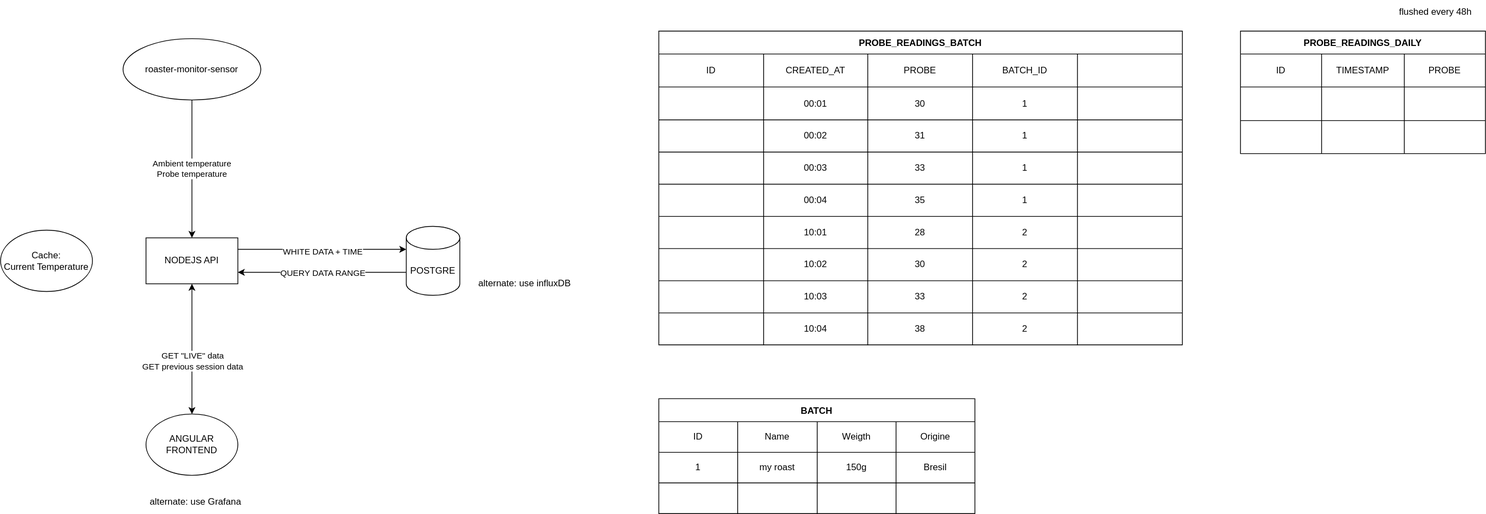
Earlier version of the draw.io export structure.drawio.svg (SuperJSBros/roaster-monitor-api). Source tidied: cells renumbered, new cells last; positions are measured from the earlier drawing's top-left corner, leaving out a move shared by most shapes.
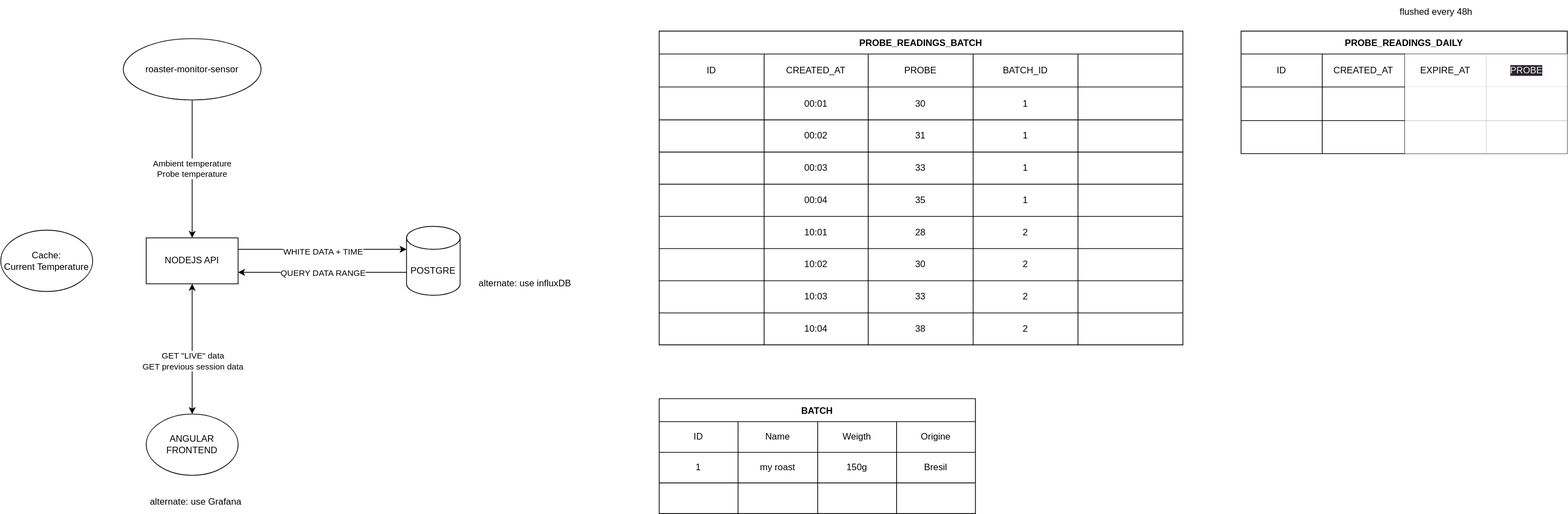
Later version of the same file.

Commit message:
feat: issues #3, #5, add 48h TTL for daily probes

Diff of the diagram source:
```diff
@@ -264,22 +264,25 @@
       <mxGeometry y="300" width="120" height="80" as="geometry" />
     </mxCell>
     <mxCell id="87" value="PROBE_READINGS_DAILY" style="shape=table;startSize=30;fontStyle=1;align=center;" parent="1" vertex="1">
-      <mxGeometry x="1620" y="40" width="320" height="160" as="geometry" />
+      <mxGeometry x="1620" y="40" width="426" height="160" as="geometry" />
     </mxCell>
     <mxCell id="88" style="shape=tableRow;horizontal=0;startSize=0;swimlaneHead=0;swimlaneBody=0;top=0;left=0;bottom=0;right=0;fillColor=none;" parent="87" vertex="1">
-      <mxGeometry y="30" width="320" height="43" as="geometry" />
+      <mxGeometry y="30" width="426" height="43" as="geometry" />
     </mxCell>
     <mxCell id="89" value="ID" style="shape=partialRectangle;html=1;whiteSpace=wrap;fillColor=none;top=0;left=0;bottom=0;right=0;overflow=hidden;" parent="88" vertex="1">
       <mxGeometry width="106" height="43" as="geometry" />
     </mxCell>
-    <mxCell id="90" value="TIMESTAMP" style="shape=partialRectangle;html=1;whiteSpace=wrap;fillColor=none;top=0;left=0;bottom=0;right=0;overflow=hidden;" parent="88" vertex="1">
+    <mxCell id="90" value="CREATED_AT" style="shape=partialRectangle;html=1;whiteSpace=wrap;fillColor=none;top=0;left=0;bottom=0;right=0;overflow=hidden;" parent="88" vertex="1">
       <mxGeometry x="106" width="108" height="43" as="geometry" />
     </mxCell>
-    <mxCell id="91" value="PROBE" style="shape=partialRectangle;html=1;whiteSpace=wrap;fillColor=none;top=0;left=0;bottom=0;right=0;overflow=hidden;" parent="88" vertex="1">
+    <mxCell id="91" value="EXPIRE_AT" style="shape=partialRectangle;html=1;whiteSpace=wrap;fillColor=default;top=0;left=0;bottom=0;right=0;overflow=hidden;" parent="88" vertex="1">
       <mxGeometry x="214" width="106" height="43" as="geometry" />
     </mxCell>
+    <mxCell id="101" value="&lt;meta charset=&quot;utf-8&quot;&gt;&lt;span style=&quot;color: rgb(240, 240, 240); font-family: Helvetica; font-size: 12px; font-style: normal; font-variant-ligatures: normal; font-variant-caps: normal; font-weight: 400; letter-spacing: normal; orphans: 2; text-align: center; text-indent: 0px; text-transform: none; widows: 2; word-spacing: 0px; -webkit-text-stroke-width: 0px; background-color: rgb(42, 37, 47); text-decoration-thickness: initial; text-decoration-style: initial; text-decoration-color: initial; float: none; display: inline !important;&quot;&gt;PROBE&lt;/span&gt;" style="shape=partialRectangle;html=1;whiteSpace=wrap;fillColor=default;top=0;left=0;bottom=0;right=0;overflow=hidden;" parent="88" vertex="1">
+      <mxGeometry x="320" width="106" height="43" as="geometry" />
+    </mxCell>
     <mxCell id="92" style="shape=tableRow;horizontal=0;startSize=0;swimlaneHead=0;swimlaneBody=0;top=0;left=0;bottom=0;right=0;fillColor=none;" parent="87" vertex="1">
-      <mxGeometry y="73" width="320" height="44" as="geometry" />
+      <mxGeometry y="73" width="426" height="44" as="geometry" />
     </mxCell>
     <mxCell id="93" style="shape=partialRectangle;html=1;whiteSpace=wrap;fillColor=none;top=0;left=0;bottom=0;right=0;overflow=hidden;" parent="92" vertex="1">
       <mxGeometry width="106" height="44" as="geometry" />
@@ -287,11 +290,14 @@
     <mxCell id="94" style="shape=partialRectangle;html=1;whiteSpace=wrap;fillColor=none;top=0;left=0;bottom=0;right=0;overflow=hidden;" parent="92" vertex="1">
       <mxGeometry x="106" width="108" height="44" as="geometry" />
     </mxCell>
-    <mxCell id="95" style="shape=partialRectangle;html=1;whiteSpace=wrap;fillColor=none;top=0;left=0;bottom=0;right=0;overflow=hidden;" parent="92" vertex="1">
+    <mxCell id="95" style="shape=partialRectangle;html=1;whiteSpace=wrap;fillColor=default;top=0;left=0;bottom=0;right=0;overflow=hidden;" parent="92" vertex="1">
       <mxGeometry x="214" width="106" height="44" as="geometry" />
     </mxCell>
+    <mxCell id="102" style="shape=partialRectangle;html=1;whiteSpace=wrap;fillColor=default;top=0;left=0;bottom=0;right=0;overflow=hidden;" parent="92" vertex="1">
+      <mxGeometry x="320" width="106" height="44" as="geometry" />
+    </mxCell>
     <mxCell id="96" style="shape=tableRow;horizontal=0;startSize=0;swimlaneHead=0;swimlaneBody=0;top=0;left=0;bottom=0;right=0;fillColor=none;" parent="87" vertex="1">
-      <mxGeometry y="117" width="320" height="43" as="geometry" />
+      <mxGeometry y="117" width="426" height="43" as="geometry" />
     </mxCell>
     <mxCell id="97" style="shape=partialRectangle;html=1;whiteSpace=wrap;fillColor=none;top=0;left=0;bottom=0;right=0;overflow=hidden;" parent="96" vertex="1">
       <mxGeometry width="106" height="43" as="geometry" />
@@ -299,9 +305,12 @@
     <mxCell id="98" style="shape=partialRectangle;html=1;whiteSpace=wrap;fillColor=none;top=0;left=0;bottom=0;right=0;overflow=hidden;" parent="96" vertex="1">
       <mxGeometry x="106" width="108" height="43" as="geometry" />
     </mxCell>
-    <mxCell id="99" style="shape=partialRectangle;html=1;whiteSpace=wrap;fillColor=none;top=0;left=0;bottom=0;right=0;overflow=hidden;" parent="96" vertex="1">
+    <mxCell id="99" style="shape=partialRectangle;html=1;whiteSpace=wrap;fillColor=default;top=0;left=0;bottom=0;right=0;overflow=hidden;" parent="96" vertex="1">
       <mxGeometry x="214" width="106" height="43" as="geometry" />
     </mxCell>
+    <mxCell id="103" style="shape=partialRectangle;html=1;whiteSpace=wrap;fillColor=default;top=0;left=0;bottom=0;right=0;overflow=hidden;" parent="96" vertex="1">
+      <mxGeometry x="320" width="106" height="43" as="geometry" />
+    </mxCell>
     <mxCell id="100" value="flushed every 48h" style="text;html=1;strokeColor=none;fillColor=none;align=center;verticalAlign=middle;whiteSpace=wrap;rounded=0;" parent="1" vertex="1">
       <mxGeometry x="1810" width="130" height="30" as="geometry" />
     </mxCell>
```
